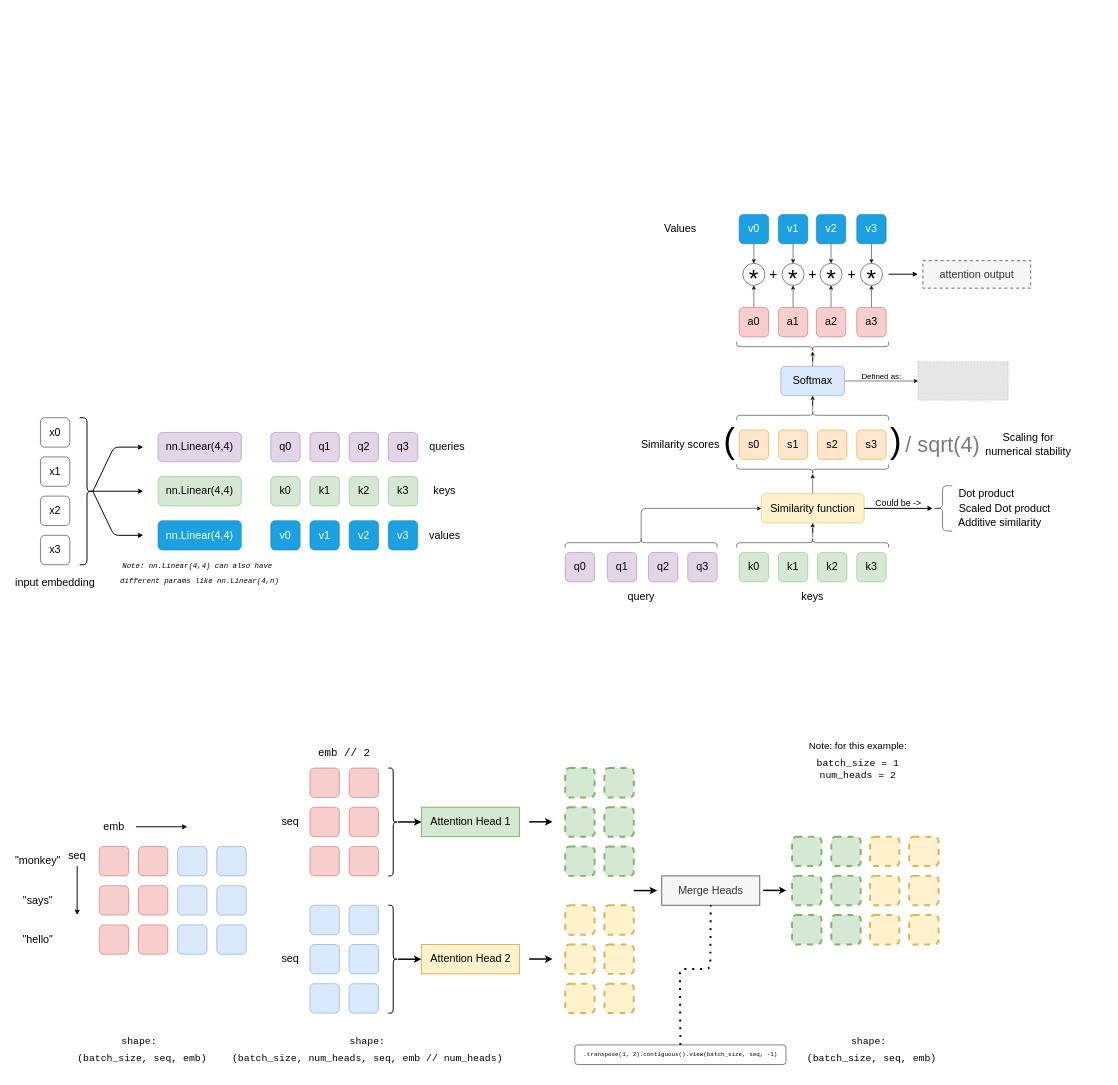
Earlier version of the draw.io diagram diagrams/attention.drawio (Mayukhdeb/tiny-transformer). Source tidied: cells renumbered, new cells numbered last; positions are measured from the earlier drawing's top-left corner, leaving out a move shared by most shapes. Both pictures are drawn from the tidied source at 49%, with x=0, y=0 at pixel (8, 204). Pictures stored in the file or linked from it are replaced by grey dashed boxes.
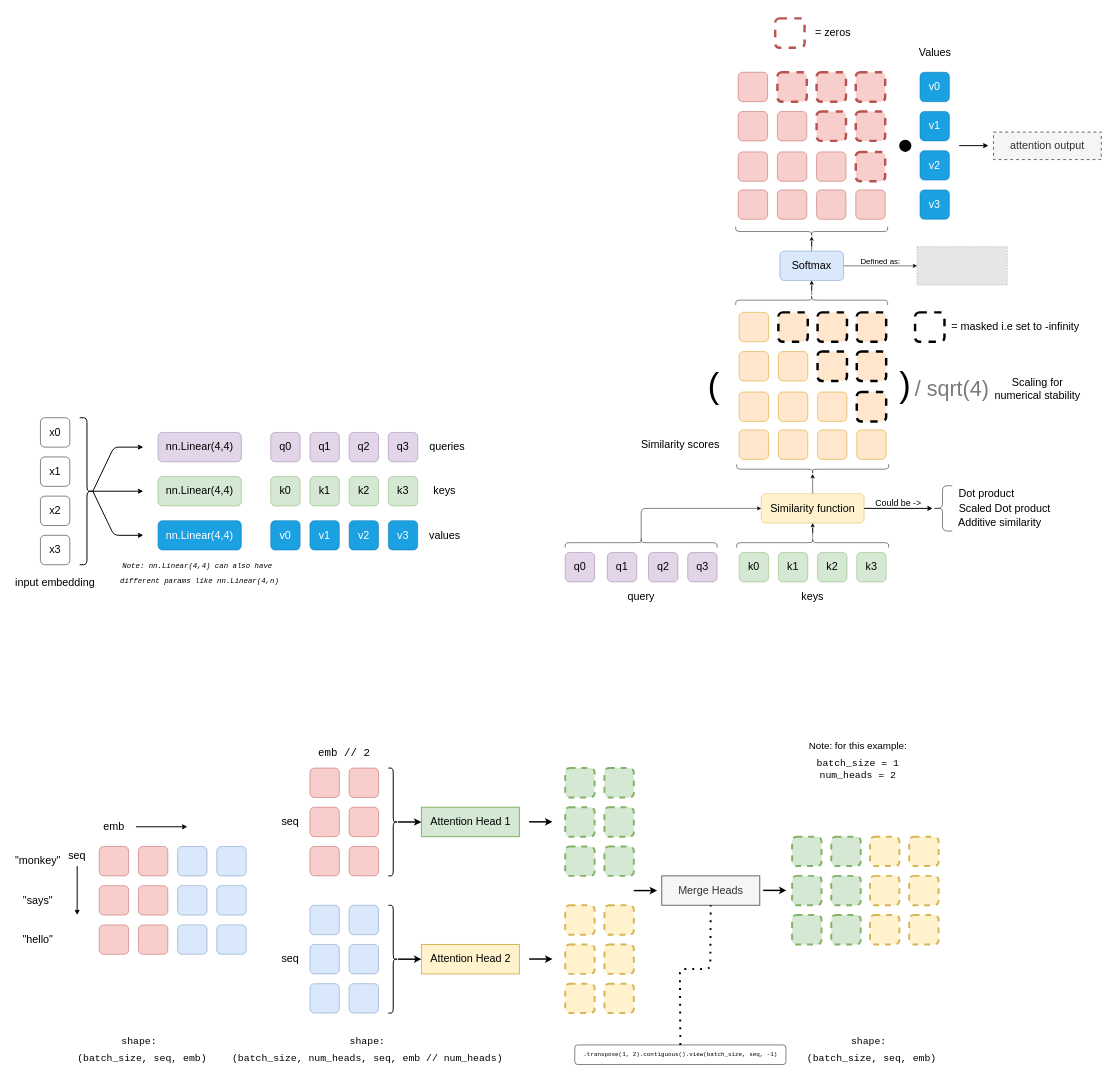
After the change.

Change to the diagram source:
```diff
@@
-    <mxCell id="12" value="&lt;font style=&quot;font-size: 22px&quot;&gt;s0&lt;/font&gt;" style="rounded=1;whiteSpace=wrap;html=1;fillColor=#ffe6cc;strokeColor=#d79b00;" parent="1" vertex="1">
+    <mxCell id="12" style="rounded=1;whiteSpace=wrap;html=1;fillColor=#ffe6cc;strokeColor=#d79b00;" parent="1" vertex="1">
       <mxGeometry x="1491" y="460" width="60" height="60" as="geometry" />
     </mxCell>
-    <mxCell id="13" value="&lt;font style=&quot;font-size: 22px&quot;&gt;s1&lt;/font&gt;" style="rounded=1;whiteSpace=wrap;html=1;fillColor=#ffe6cc;strokeColor=#d79b00;" parent="1" vertex="1">
+    <mxCell id="13" style="rounded=1;whiteSpace=wrap;html=1;fillColor=#ffe6cc;strokeColor=#d79b00;" parent="1" vertex="1">
       <mxGeometry x="1571" y="460" width="60" height="60" as="geometry" />
     </mxCell>
-    <mxCell id="14" value="&lt;font style=&quot;font-size: 22px&quot;&gt;s2&lt;/font&gt;" style="rounded=1;whiteSpace=wrap;html=1;fillColor=#ffe6cc;strokeColor=#d79b00;" parent="1" vertex="1">
+    <mxCell id="14" style="rounded=1;whiteSpace=wrap;html=1;fillColor=#ffe6cc;strokeColor=#d79b00;" parent="1" vertex="1">
       <mxGeometry x="1651" y="460" width="60" height="60" as="geometry" />
     </mxCell>
-    <mxCell id="15" value="&lt;font style=&quot;font-size: 22px&quot;&gt;s3&lt;/font&gt;" style="rounded=1;whiteSpace=wrap;html=1;fillColor=#ffe6cc;strokeColor=#d79b00;" parent="1" vertex="1">
+    <mxCell id="15" style="rounded=1;whiteSpace=wrap;html=1;fillColor=#ffe6cc;strokeColor=#d79b00;" parent="1" vertex="1">
       <mxGeometry x="1731" y="460" width="60" height="60" as="geometry" />
     </mxCell>
@@
     <mxCell id="21" value="&lt;font style=&quot;font-size: 22px&quot;&gt;Softmax&lt;/font&gt;" style="rounded=1;whiteSpace=wrap;html=1;fillColor=#dae8fc;strokeColor=#6c8ebf;" parent="1" vertex="1">
-      <mxGeometry x="1576" y="330" width="130" height="60" as="geometry" />
+      <mxGeometry x="1574" y="95" width="130" height="60" as="geometry" />
     </mxCell>
@@
     <mxCell id="23" style="shape=curlyBracket;whiteSpace=wrap;html=1;rounded=1;direction=south;" parent="1" vertex="1">
-      <mxGeometry x="1486" y="420" width="310" height="20" as="geometry" />
+      <mxGeometry x="1484" y="185" width="310" height="20" as="geometry" />
     </mxCell>
-    <mxCell id="24" style="edgeStyle=orthogonalEdgeStyle;rounded=0;jettySize=auto;html=1;" parent="1" edge="1" source="25" target="42">
-      <mxGeometry relative="1" as="geometry" />
-    </mxCell>
-    <mxCell id="25" value="&lt;font style=&quot;font-size: 22px&quot;&gt;a0&lt;/font&gt;" style="rounded=1;whiteSpace=wrap;html=1;fillColor=#f8cecc;strokeColor=#b85450;" parent="1" vertex="1">
-      <mxGeometry x="1491" y="210" width="60" height="60" as="geometry" />
-    </mxCell>
-    <mxCell id="26" style="edgeStyle=orthogonalEdgeStyle;rounded=0;jettySize=auto;html=1;" parent="1" edge="1" source="27" target="43">
-      <mxGeometry relative="1" as="geometry" />
-    </mxCell>
-    <mxCell id="27" value="&lt;font style=&quot;font-size: 22px&quot;&gt;a1&lt;/font&gt;" style="rounded=1;whiteSpace=wrap;html=1;fillColor=#f8cecc;strokeColor=#b85450;" parent="1" vertex="1">
-      <mxGeometry x="1571" y="210" width="60" height="60" as="geometry" />
-    </mxCell>
-    <mxCell id="28" style="edgeStyle=orthogonalEdgeStyle;rounded=0;jettySize=auto;html=1;" parent="1" edge="1" source="29" target="44">
-      <mxGeometry relative="1" as="geometry" />
-    </mxCell>
-    <mxCell id="29" value="&lt;font style=&quot;font-size: 22px&quot;&gt;a2&lt;/font&gt;" style="rounded=1;whiteSpace=wrap;html=1;fillColor=#f8cecc;strokeColor=#b85450;" parent="1" vertex="1">
-      <mxGeometry x="1648.5" y="210" width="60" height="60" as="geometry" />
-    </mxCell>
-    <mxCell id="30" style="edgeStyle=orthogonalEdgeStyle;rounded=0;jettySize=auto;html=1;" parent="1" edge="1" source="31" target="45">
-      <mxGeometry relative="1" as="geometry" />
-    </mxCell>
-    <mxCell id="31" value="&lt;font style=&quot;font-size: 22px&quot;&gt;a3&lt;/font&gt;" style="rounded=1;whiteSpace=wrap;html=1;fillColor=#f8cecc;strokeColor=#b85450;" parent="1" vertex="1">
-      <mxGeometry x="1731" y="210" width="60" height="60" as="geometry" />
-    </mxCell>
     <mxCell id="32" style="fillColor=#E6E6E6;strokeColor=#999999;dashed=1;verticalLabelPosition=bottom;labelBackgroundColor=#ffffff;verticalAlign=top;" parent="1" vertex="1">
-      <mxGeometry x="1856" y="321" width="184" height="78.1" as="geometry" />
+      <mxGeometry x="1854" y="86" width="184" height="78.1" as="geometry" />
     </mxCell>
-    <mxCell id="33" style="edgeStyle=orthogonalEdgeStyle;rounded=0;jettySize=auto;html=1;" parent="1" edge="1" source="34" target="42">
-      <mxGeometry relative="1" as="geometry" />
-    </mxCell>
     <mxCell id="34" value="&lt;font style=&quot;font-size: 22px&quot;&gt;v0&lt;/font&gt;" style="rounded=1;whiteSpace=wrap;html=1;fillColor=#1ba1e2;strokeColor=#006EAF;fontColor=#ffffff;" parent="1" vertex="1">
-      <mxGeometry x="1491" y="20" width="60" height="60" as="geometry" />
+      <mxGeometry x="1860" y="-270" width="60" height="60" as="geometry" />
     </mxCell>
-    <mxCell id="35" style="edgeStyle=orthogonalEdgeStyle;rounded=0;jettySize=auto;html=1;" parent="1" edge="1" source="36" target="43">
-      <mxGeometry relative="1" as="geometry" />
-    </mxCell>
     <mxCell id="36" value="&lt;font style=&quot;font-size: 22px&quot;&gt;v1&lt;/font&gt;" style="rounded=1;whiteSpace=wrap;html=1;fillColor=#1ba1e2;strokeColor=#006EAF;fontColor=#ffffff;" parent="1" vertex="1">
-      <mxGeometry x="1571" y="20" width="60" height="60" as="geometry" />
+      <mxGeometry x="1860" y="-190" width="60" height="60" as="geometry" />
     </mxCell>
-    <mxCell id="37" style="edgeStyle=orthogonalEdgeStyle;rounded=0;jettySize=auto;html=1;" parent="1" edge="1" source="38" target="44">
-      <mxGeometry relative="1" as="geometry" />
-    </mxCell>
     <mxCell id="38" value="&lt;font style=&quot;font-size: 22px&quot;&gt;v2&lt;/font&gt;" style="rounded=1;whiteSpace=wrap;html=1;fillColor=#1ba1e2;strokeColor=#006EAF;fontColor=#ffffff;" parent="1" vertex="1">
-      <mxGeometry x="1648.5" y="20" width="60" height="60" as="geometry" />
+      <mxGeometry x="1860" y="-110" width="60" height="60" as="geometry" />
     </mxCell>
-    <mxCell id="39" style="edgeStyle=orthogonalEdgeStyle;rounded=0;jettySize=auto;html=1;" parent="1" edge="1" source="40" target="45">
-      <mxGeometry relative="1" as="geometry" />
-    </mxCell>
     <mxCell id="40" value="&lt;font style=&quot;font-size: 22px&quot;&gt;v3&lt;/font&gt;" style="rounded=1;whiteSpace=wrap;html=1;fillColor=#1ba1e2;strokeColor=#006EAF;fontColor=#ffffff;" parent="1" vertex="1">
-      <mxGeometry x="1731" y="20" width="60" height="60" as="geometry" />
+      <mxGeometry x="1860" y="-30" width="60" height="60" as="geometry" />
     </mxCell>
     <mxCell id="41" value="&lt;font style=&quot;font-size: 22px&quot;&gt;Values&lt;/font&gt;" style="text;html=1;strokeColor=none;fillColor=none;align=center;verticalAlign=middle;whiteSpace=wrap;rounded=0;" parent="1" vertex="1">
-      <mxGeometry x="1276" y="40" width="190" height="20" as="geometry" />
+      <mxGeometry x="1796" y="-320" width="190" height="20" as="geometry" />
     </mxCell>
-    <mxCell id="42" style="ellipse;whiteSpace=wrap;html=1;" parent="1" vertex="1">
-      <mxGeometry x="1498.5" y="120" width="45" height="45" as="geometry" />
-    </mxCell>
-    <mxCell id="43" style="ellipse;whiteSpace=wrap;html=1;" parent="1" vertex="1">
-      <mxGeometry x="1578.5" y="120" width="45" height="45" as="geometry" />
-    </mxCell>
-    <mxCell id="44" style="ellipse;whiteSpace=wrap;html=1;" parent="1" vertex="1">
-      <mxGeometry x="1656" y="120" width="45" height="45" as="geometry" />
-    </mxCell>
-    <mxCell id="45" style="ellipse;whiteSpace=wrap;html=1;" parent="1" vertex="1">
-      <mxGeometry x="1738.5" y="120" width="45" height="45" as="geometry" />
-    </mxCell>
-    <mxCell id="46" value="&lt;font style=&quot;font-size: 28px&quot;&gt;+&lt;/font&gt;" style="text;html=1;strokeColor=none;fillColor=none;align=center;verticalAlign=middle;whiteSpace=wrap;rounded=0;" parent="1" vertex="1">
-      <mxGeometry x="1541" y="132.5" width="40" height="20" as="geometry" />
-    </mxCell>
-    <mxCell id="47" value="&lt;font style=&quot;font-size: 28px&quot;&gt;+&lt;/font&gt;" style="text;html=1;strokeColor=none;fillColor=none;align=center;verticalAlign=middle;whiteSpace=wrap;rounded=0;" parent="1" vertex="1">
-      <mxGeometry x="1621" y="132.5" width="40" height="20" as="geometry" />
-    </mxCell>
-    <mxCell id="48" value="&lt;font style=&quot;font-size: 28px&quot;&gt;+&lt;/font&gt;" style="text;html=1;strokeColor=none;fillColor=none;align=center;verticalAlign=middle;whiteSpace=wrap;rounded=0;" parent="1" vertex="1">
-      <mxGeometry x="1701" y="132.5" width="40" height="20" as="geometry" />
-    </mxCell>
-    <mxCell id="49" value="&lt;font style=&quot;font-size: 50px&quot;&gt;*&lt;/font&gt;" style="text;html=1;strokeColor=none;fillColor=none;align=center;verticalAlign=middle;whiteSpace=wrap;rounded=0;" parent="1" vertex="1">
-      <mxGeometry x="1501" y="140" width="40" height="20" as="geometry" />
-    </mxCell>
-    <mxCell id="50" value="&lt;font style=&quot;font-size: 50px&quot;&gt;*&lt;/font&gt;" style="text;html=1;strokeColor=none;fillColor=none;align=center;verticalAlign=middle;whiteSpace=wrap;rounded=0;" parent="1" vertex="1">
-      <mxGeometry x="1581" y="140" width="40" height="20" as="geometry" />
-    </mxCell>
-    <mxCell id="51" value="&lt;font style=&quot;font-size: 50px&quot;&gt;*&lt;/font&gt;" style="text;html=1;strokeColor=none;fillColor=none;align=center;verticalAlign=middle;whiteSpace=wrap;rounded=0;" parent="1" vertex="1">
-      <mxGeometry x="1658.5" y="140" width="40" height="20" as="geometry" />
-    </mxCell>
-    <mxCell id="52" value="&lt;font style=&quot;font-size: 50px&quot;&gt;*&lt;/font&gt;" style="text;html=1;strokeColor=none;fillColor=none;align=center;verticalAlign=middle;whiteSpace=wrap;rounded=0;" parent="1" vertex="1">
-      <mxGeometry x="1741" y="140" width="40" height="20" as="geometry" />
-    </mxCell>
     <mxCell id="53" style="endArrow=classic;html=1;strokeWidth=2;" parent="1" edge="1">
       <mxGeometry relative="1" as="geometry">
-        <mxPoint x="1796" y="142.1" as="sourcePoint" />
-        <mxPoint x="1856" y="142.1" as="targetPoint" />
+        <mxPoint x="1940" y="-120.3" as="sourcePoint" />
+        <mxPoint x="2000" y="-120.3" as="targetPoint" />
       </mxGeometry>
     </mxCell>
     <mxCell id="54" value="&lt;font style=&quot;font-size: 22px&quot;&gt;attention output&lt;/font&gt;" style="text;html=1;fillColor=#f5f5f5;align=center;verticalAlign=middle;whiteSpace=wrap;rounded=0;dashed=1;strokeColor=#666666;strokeWidth=2;fontColor=#333333;" parent="1" vertex="1">
-      <mxGeometry x="1866" y="114.4" width="220" height="56.2" as="geometry" />
+      <mxGeometry x="2010" y="-148" width="220" height="56.2" as="geometry" />
     </mxCell>
@@
     <mxCell id="56" style="shape=curlyBracket;whiteSpace=wrap;html=1;rounded=1;direction=north;" parent="1" vertex="1">
-      <mxGeometry x="1486" y="280" width="310" height="20" as="geometry" />
+      <mxGeometry x="1484" y="45" width="310" height="20" as="geometry" />
     </mxCell>
@@
     <mxCell id="63" value="&lt;font style=&quot;font-size: 16px&quot;&gt;Defined as:&lt;/font&gt;" style="text;html=1;strokeColor=none;fillColor=none;align=center;verticalAlign=middle;whiteSpace=wrap;rounded=0;dashed=1;" parent="1" vertex="1">
-      <mxGeometry x="1738.5" y="340" width="85" height="20" as="geometry" />
+      <mxGeometry x="1736.5" y="105" width="85" height="20" as="geometry" />
     </mxCell>
     <mxCell id="64" style="rounded=0;whiteSpace=wrap;html=1;dashed=1;strokeWidth=2;fillColor=none;strokeColor=none;" parent="1" vertex="1">
-      <mxGeometry x="1110" width="1076" height="825" as="geometry" />
+      <mxGeometry x="1110" y="-400" width="1137" height="1240" as="geometry" />
     </mxCell>
@@
     <mxCell id="98" value="&lt;font style=&quot;font-size: 70px&quot;&gt;(&lt;/font&gt;" style="text;html=1;strokeColor=none;fillColor=none;align=center;verticalAlign=middle;whiteSpace=wrap;rounded=0;" parent="1" vertex="1">
-      <mxGeometry x="1451" y="442.5" width="40" height="80" as="geometry" />
+      <mxGeometry x="1418.5" y="330" width="40" height="80" as="geometry" />
     </mxCell>
     <mxCell id="99" value="&lt;font style=&quot;font-size: 70px&quot;&gt;)&lt;/font&gt;" style="text;html=1;strokeColor=none;fillColor=none;align=center;verticalAlign=middle;whiteSpace=wrap;rounded=0;direction=west;" parent="1" vertex="1">
-      <mxGeometry x="1791" y="447.5" width="40" height="70" as="geometry" />
+      <mxGeometry x="1810" y="333.8" width="40" height="70" as="geometry" />
     </mxCell>
     <mxCell id="100" value="&lt;font style=&quot;font-size: 44px&quot; color=&quot;#7a7a7a&quot;&gt;/ sqrt(4)&lt;/font&gt;" style="text;html=1;strokeColor=none;fillColor=none;align=center;verticalAlign=middle;whiteSpace=wrap;rounded=0;" parent="1" vertex="1">
-      <mxGeometry x="1813.5" y="460" width="185" height="60" as="geometry" />
+      <mxGeometry x="1832.5" y="346.2" width="185" height="60" as="geometry" />
     </mxCell>
     <mxCell id="101" value="&lt;font style=&quot;font-size: 22px&quot;&gt;Scaling for numerical stability&lt;/font&gt;" style="text;html=1;strokeColor=none;fillColor=none;align=center;verticalAlign=middle;whiteSpace=wrap;rounded=0;" parent="1" vertex="1">
-      <mxGeometry x="1986" y="460" width="190" height="60" as="geometry" />
+      <mxGeometry x="2005" y="346.2" width="190" height="60" as="geometry" />
     </mxCell>
@@
+    <mxCell id="178" style="rounded=1;whiteSpace=wrap;html=1;fillColor=#ffe6cc;strokeColor=#d79b00;" parent="1" vertex="1">
+      <mxGeometry x="1491" y="382.5" width="60" height="60" as="geometry" />
+    </mxCell>
+    <mxCell id="179" style="rounded=1;whiteSpace=wrap;html=1;fillColor=#ffe6cc;strokeColor=#d79b00;" parent="1" vertex="1">
+      <mxGeometry x="1571" y="382.5" width="60" height="60" as="geometry" />
+    </mxCell>
+    <mxCell id="180" style="rounded=1;whiteSpace=wrap;html=1;fillColor=#ffe6cc;strokeColor=#d79b00;" parent="1" vertex="1">
+      <mxGeometry x="1651" y="382.5" width="60" height="60" as="geometry" />
+    </mxCell>
+    <mxCell id="181" style="rounded=1;whiteSpace=wrap;html=1;fillColor=#ffe6cc;strokeColor=#d79b00;" parent="1" vertex="1">
+      <mxGeometry x="1491" y="300" width="60" height="60" as="geometry" />
+    </mxCell>
+    <mxCell id="182" style="rounded=1;whiteSpace=wrap;html=1;fillColor=#ffe6cc;strokeColor=#d79b00;" parent="1" vertex="1">
+      <mxGeometry x="1571" y="300" width="60" height="60" as="geometry" />
+    </mxCell>
+    <mxCell id="183" style="rounded=1;whiteSpace=wrap;html=1;fillColor=#ffe6cc;strokeColor=#d79b00;" parent="1" vertex="1">
+      <mxGeometry x="1491" y="220" width="60" height="60" as="geometry" />
+    </mxCell>
+    <mxCell id="184" style="rounded=1;whiteSpace=wrap;html=1;fillColor=#ffe6cc;dashed=1;strokeWidth=5;" parent="1" vertex="1">
+      <mxGeometry x="1571" y="220" width="60" height="60" as="geometry" />
+    </mxCell>
+    <mxCell id="185" style="rounded=1;whiteSpace=wrap;html=1;fillColor=#ffe6cc;dashed=1;strokeWidth=5;" parent="1" vertex="1">
+      <mxGeometry x="1651" y="220" width="60" height="60" as="geometry" />
+    </mxCell>
+    <mxCell id="186" style="rounded=1;whiteSpace=wrap;html=1;fillColor=#ffe6cc;dashed=1;strokeWidth=5;" parent="1" vertex="1">
+      <mxGeometry x="1731" y="220" width="60" height="60" as="geometry" />
+    </mxCell>
+    <mxCell id="187" style="rounded=1;whiteSpace=wrap;html=1;fillColor=#ffe6cc;dashed=1;strokeWidth=5;" parent="1" vertex="1">
+      <mxGeometry x="1651" y="300" width="60" height="60" as="geometry" />
+    </mxCell>
+    <mxCell id="188" style="rounded=1;whiteSpace=wrap;html=1;fillColor=#ffe6cc;dashed=1;strokeWidth=5;" parent="1" vertex="1">
+      <mxGeometry x="1731" y="300" width="60" height="60" as="geometry" />
+    </mxCell>
+    <mxCell id="189" style="rounded=1;whiteSpace=wrap;html=1;fillColor=#ffe6cc;dashed=1;strokeWidth=5;" parent="1" vertex="1">
+      <mxGeometry x="1731" y="382.5" width="60" height="60" as="geometry" />
+    </mxCell>
+    <mxCell id="190" style="rounded=1;whiteSpace=wrap;html=1;fillColor=#f8cecc;strokeColor=#b85450;" parent="1" vertex="1">
+      <mxGeometry x="1489" y="-30" width="60" height="60" as="geometry" />
+    </mxCell>
+    <mxCell id="191" style="rounded=1;whiteSpace=wrap;html=1;fillColor=#f8cecc;strokeColor=#b85450;" parent="1" vertex="1">
+      <mxGeometry x="1569" y="-30" width="60" height="60" as="geometry" />
+    </mxCell>
+    <mxCell id="192" style="rounded=1;whiteSpace=wrap;html=1;fillColor=#f8cecc;strokeColor=#b85450;" parent="1" vertex="1">
+      <mxGeometry x="1649" y="-30" width="60" height="60" as="geometry" />
+    </mxCell>
+    <mxCell id="193" style="rounded=1;whiteSpace=wrap;html=1;fillColor=#f8cecc;strokeColor=#b85450;" parent="1" vertex="1">
+      <mxGeometry x="1729" y="-30" width="60" height="60" as="geometry" />
+    </mxCell>
+    <mxCell id="194" style="rounded=1;whiteSpace=wrap;html=1;fillColor=#f8cecc;strokeColor=#b85450;" parent="1" vertex="1">
+      <mxGeometry x="1489" y="-107.5" width="60" height="60" as="geometry" />
+    </mxCell>
+    <mxCell id="195" style="rounded=1;whiteSpace=wrap;html=1;fillColor=#f8cecc;strokeColor=#b85450;" parent="1" vertex="1">
+      <mxGeometry x="1569" y="-107.5" width="60" height="60" as="geometry" />
+    </mxCell>
+    <mxCell id="196" style="rounded=1;whiteSpace=wrap;html=1;fillColor=#f8cecc;strokeColor=#b85450;" parent="1" vertex="1">
+      <mxGeometry x="1649" y="-107.5" width="60" height="60" as="geometry" />
+    </mxCell>
+    <mxCell id="197" style="rounded=1;whiteSpace=wrap;html=1;fillColor=#f8cecc;strokeColor=#b85450;" parent="1" vertex="1">
+      <mxGeometry x="1489" y="-190" width="60" height="60" as="geometry" />
+    </mxCell>
+    <mxCell id="198" style="rounded=1;whiteSpace=wrap;html=1;fillColor=#f8cecc;strokeColor=#b85450;" parent="1" vertex="1">
+      <mxGeometry x="1569" y="-190" width="60" height="60" as="geometry" />
+    </mxCell>
+    <mxCell id="199" style="rounded=1;whiteSpace=wrap;html=1;fillColor=#f8cecc;strokeColor=#b85450;" parent="1" vertex="1">
+      <mxGeometry x="1489" y="-270" width="60" height="60" as="geometry" />
+    </mxCell>
+    <mxCell id="200" style="rounded=1;whiteSpace=wrap;html=1;fillColor=#f8cecc;dashed=1;strokeWidth=5;strokeColor=#b85450;" parent="1" vertex="1">
+      <mxGeometry x="1569" y="-270" width="60" height="60" as="geometry" />
+    </mxCell>
+    <mxCell id="201" style="rounded=1;whiteSpace=wrap;html=1;fillColor=#f8cecc;dashed=1;strokeWidth=5;strokeColor=#b85450;" parent="1" vertex="1">
+      <mxGeometry x="1649" y="-270" width="60" height="60" as="geometry" />
+    </mxCell>
+    <mxCell id="202" style="rounded=1;whiteSpace=wrap;html=1;fillColor=#f8cecc;dashed=1;strokeWidth=5;strokeColor=#b85450;" parent="1" vertex="1">
+      <mxGeometry x="1729" y="-270" width="60" height="60" as="geometry" />
+    </mxCell>
+    <mxCell id="203" style="rounded=1;whiteSpace=wrap;html=1;fillColor=#f8cecc;dashed=1;strokeWidth=5;strokeColor=#b85450;" parent="1" vertex="1">
+      <mxGeometry x="1649" y="-190" width="60" height="60" as="geometry" />
+    </mxCell>
+    <mxCell id="204" style="rounded=1;whiteSpace=wrap;html=1;fillColor=#f8cecc;dashed=1;strokeWidth=5;strokeColor=#b85450;" parent="1" vertex="1">
+      <mxGeometry x="1729" y="-190" width="60" height="60" as="geometry" />
+    </mxCell>
+    <mxCell id="205" style="rounded=1;whiteSpace=wrap;html=1;fillColor=#f8cecc;dashed=1;strokeWidth=5;strokeColor=#b85450;" parent="1" vertex="1">
+      <mxGeometry x="1729" y="-107.5" width="60" height="60" as="geometry" />
+    </mxCell>
+    <mxCell id="206" style="ellipse;whiteSpace=wrap;html=1;strokeColor=#000000;strokeWidth=5;fillColor=#000000;" parent="1" vertex="1">
+      <mxGeometry x="1820" y="-130" width="20" height="20" as="geometry" />
+    </mxCell>
+    <mxCell id="207" style="rounded=1;whiteSpace=wrap;html=1;dashed=1;strokeWidth=5;fillColor=none;" parent="1" vertex="1">
+      <mxGeometry x="1850" y="220" width="60" height="60" as="geometry" />
+    </mxCell>
+    <mxCell id="208" value="&lt;font style=&quot;font-size: 22px&quot;&gt;= masked i.e set to -infinity&lt;/font&gt;" style="text;html=1;strokeColor=none;fillColor=none;align=center;verticalAlign=middle;whiteSpace=wrap;rounded=0;" parent="1" vertex="1">
+      <mxGeometry x="1920" y="240" width="270" height="20" as="geometry" />
+    </mxCell>
+    <mxCell id="209" style="rounded=1;whiteSpace=wrap;html=1;dashed=1;strokeWidth=5;strokeColor=#b85450;fillColor=none;" parent="1" vertex="1">
+      <mxGeometry x="1564.5" y="-380" width="60" height="60" as="geometry" />
+    </mxCell>
+    <mxCell id="210" value="&lt;font style=&quot;font-size: 22px&quot;&gt;= zeros&lt;/font&gt;" style="text;html=1;strokeColor=none;fillColor=none;align=center;verticalAlign=middle;whiteSpace=wrap;rounded=0;" parent="1" vertex="1">
+      <mxGeometry x="1627.5" y="-360" width="109" height="20" as="geometry" />
+    </mxCell>
```
